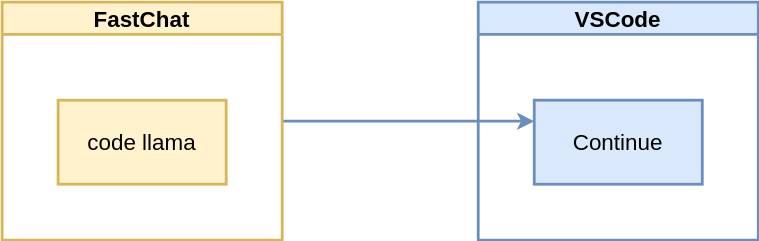
Above: notes/dia/2024.01.codellama.vscode.1.drawio.svg in wangzheng422/pub_env_2024 (draw.io), before the change. Source tidied: cells renumbered, new cells last; positions are measured from the earlier drawing's top-left corner, leaving out a move shared by most shapes.
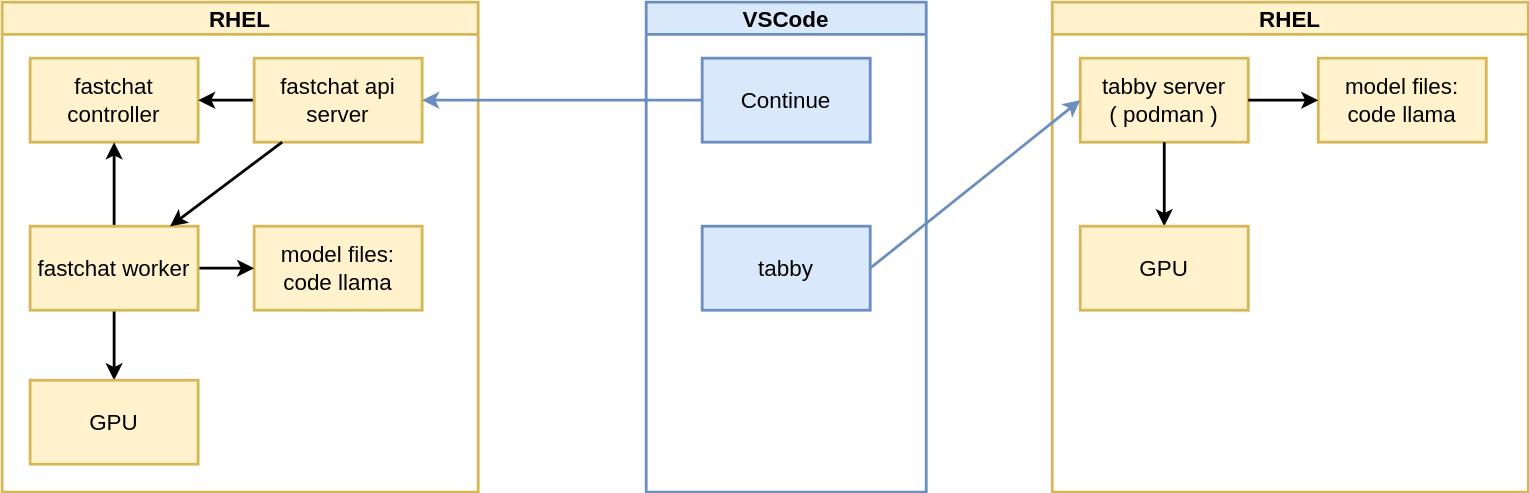
The same diagram one commit later.

Change to the diagram source:
```diff
@@ -2,20 +2,71 @@
   <root>
     <mxCell id="0" />
     <mxCell id="1" parent="0" />
-    <mxCell id="2" style="edgeStyle=none;html=1;entryX=0;entryY=0.25;entryDx=0;entryDy=0;fillColor=#dae8fc;strokeColor=#6c8ebf;strokeWidth=2;" parent="1" edge="1" source="3" target="6">
-      <mxGeometry relative="1" as="geometry" />
-    </mxCell>
-    <mxCell id="3" value="FastChat" style="swimlane;whiteSpace=wrap;html=1;fillColor=#fff2cc;strokeColor=#d6b656;strokeWidth=2;fontSize=16;" parent="1" vertex="1">
-      <mxGeometry width="200" height="170" as="geometry" />
+    <mxCell id="3" value="RHEL" style="swimlane;whiteSpace=wrap;html=1;fillColor=#fff2cc;strokeColor=#d6b656;strokeWidth=2;fontSize=16;" parent="1" vertex="1">
+      <mxGeometry x="30" width="340" height="350" as="geometry" />
     </mxCell>
-    <mxCell id="4" value="code llama" style="rounded=0;whiteSpace=wrap;html=1;fillColor=#fff2cc;strokeColor=#d6b656;strokeWidth=2;fontSize=16;" parent="3" vertex="1">
-      <mxGeometry x="40" y="70" width="120" height="60" as="geometry" />
+    <mxCell id="4" value="model files:&lt;br&gt;code llama" style="rounded=0;whiteSpace=wrap;html=1;fillColor=#fff2cc;strokeColor=#d6b656;strokeWidth=2;fontSize=16;" parent="3" vertex="1">
+      <mxGeometry x="180" y="160" width="120" height="60" as="geometry" />
     </mxCell>
+    <mxCell id="7" value="fastchat controller" style="rounded=0;whiteSpace=wrap;html=1;fillColor=#fff2cc;strokeColor=#d6b656;strokeWidth=2;fontSize=16;" parent="3" vertex="1">
+      <mxGeometry x="20" y="40" width="120" height="60" as="geometry" />
+    </mxCell>
+    <mxCell id="8" style="edgeStyle=none;html=1;entryX=1;entryY=0.5;entryDx=0;entryDy=0;strokeWidth=2;" parent="3" edge="1" source="9" target="7">
+      <mxGeometry relative="1" as="geometry" />
+    </mxCell>
+    <mxCell id="9" value="fastchat api server" style="rounded=0;whiteSpace=wrap;html=1;fillColor=#fff2cc;strokeColor=#d6b656;strokeWidth=2;fontSize=16;" parent="3" vertex="1">
+      <mxGeometry x="180" y="40" width="120" height="60" as="geometry" />
+    </mxCell>
+    <mxCell id="10" style="edgeStyle=none;html=1;entryX=0.5;entryY=1;entryDx=0;entryDy=0;strokeWidth=2;" parent="3" edge="1" source="13" target="7">
+      <mxGeometry relative="1" as="geometry" />
+    </mxCell>
+    <mxCell id="11" style="edgeStyle=none;html=1;entryX=0;entryY=0.5;entryDx=0;entryDy=0;strokeWidth=2;" parent="3" edge="1" source="13" target="4">
+      <mxGeometry relative="1" as="geometry" />
+    </mxCell>
+    <mxCell id="12" style="edgeStyle=none;html=1;strokeWidth=2;" parent="3" edge="1" source="13" target="15">
+      <mxGeometry relative="1" as="geometry" />
+    </mxCell>
+    <mxCell id="13" value="fastchat worker" style="rounded=0;whiteSpace=wrap;html=1;fillColor=#fff2cc;strokeColor=#d6b656;strokeWidth=2;fontSize=16;" parent="3" vertex="1">
+      <mxGeometry x="20" y="160" width="120" height="60" as="geometry" />
+    </mxCell>
+    <mxCell id="14" style="edgeStyle=none;html=1;strokeWidth=2;" parent="3" edge="1" source="9" target="13">
+      <mxGeometry relative="1" as="geometry" />
+    </mxCell>
+    <mxCell id="15" value="GPU" style="rounded=0;whiteSpace=wrap;html=1;fillColor=#fff2cc;strokeColor=#d6b656;strokeWidth=2;fontSize=16;" parent="3" vertex="1">
+      <mxGeometry x="20" y="270" width="120" height="60" as="geometry" />
+    </mxCell>
     <mxCell id="5" value="VSCode" style="swimlane;whiteSpace=wrap;html=1;startSize=23;fillColor=#dae8fc;strokeColor=#6c8ebf;strokeWidth=2;fontSize=16;" parent="1" vertex="1">
-      <mxGeometry x="340" width="200" height="170" as="geometry" />
+      <mxGeometry x="490" width="200" height="350" as="geometry" />
     </mxCell>
     <mxCell id="6" value="Continue" style="rounded=0;whiteSpace=wrap;html=1;fillColor=#dae8fc;strokeColor=#6c8ebf;strokeWidth=2;fontSize=16;" parent="5" vertex="1">
-      <mxGeometry x="40" y="70" width="120" height="60" as="geometry" />
+      <mxGeometry x="40" y="40" width="120" height="60" as="geometry" />
     </mxCell>
+    <mxCell id="16" value="tabby" style="rounded=0;whiteSpace=wrap;html=1;fillColor=#dae8fc;strokeColor=#6c8ebf;strokeWidth=2;fontSize=16;" parent="5" vertex="1">
+      <mxGeometry x="40" y="160" width="120" height="60" as="geometry" />
+    </mxCell>
+    <mxCell id="17" style="edgeStyle=none;html=1;entryX=1;entryY=0.5;entryDx=0;entryDy=0;strokeWidth=2;fillColor=#dae8fc;strokeColor=#6c8ebf;" parent="1" edge="1" source="6" target="9">
+      <mxGeometry relative="1" as="geometry" />
+    </mxCell>
+    <mxCell id="18" value="RHEL" style="swimlane;whiteSpace=wrap;html=1;fillColor=#fff2cc;strokeColor=#d6b656;strokeWidth=2;fontSize=16;" parent="1" vertex="1">
+      <mxGeometry x="780" width="340" height="350" as="geometry" />
+    </mxCell>
+    <mxCell id="19" value="model files:&lt;br&gt;code llama" style="rounded=0;whiteSpace=wrap;html=1;fillColor=#fff2cc;strokeColor=#d6b656;strokeWidth=2;fontSize=16;" parent="18" vertex="1">
+      <mxGeometry x="190" y="40" width="120" height="60" as="geometry" />
+    </mxCell>
+    <mxCell id="20" value="tabby server&lt;br&gt;( podman )" style="rounded=0;whiteSpace=wrap;html=1;fillColor=#fff2cc;strokeColor=#d6b656;strokeWidth=2;fontSize=16;" parent="18" vertex="1">
+      <mxGeometry x="20" y="40" width="120" height="60" as="geometry" />
+    </mxCell>
+    <mxCell id="21" style="edgeStyle=none;html=1;entryX=0;entryY=0.5;entryDx=0;entryDy=0;strokeWidth=2;" parent="18" edge="1" source="20" target="19">
+      <mxGeometry relative="1" as="geometry" />
+    </mxCell>
+    <mxCell id="22" style="edgeStyle=none;html=1;strokeWidth=2;" parent="18" edge="1" source="20" target="23">
+      <mxGeometry relative="1" as="geometry" />
+    </mxCell>
+    <mxCell id="23" value="GPU" style="rounded=0;whiteSpace=wrap;html=1;fillColor=#fff2cc;strokeColor=#d6b656;strokeWidth=2;fontSize=16;" parent="18" vertex="1">
+      <mxGeometry x="20" y="160" width="120" height="60" as="geometry" />
+    </mxCell>
+    <mxCell id="24" style="edgeStyle=none;html=1;entryX=0;entryY=0.5;entryDx=0;entryDy=0;strokeWidth=2;fillColor=#dae8fc;strokeColor=#6c8ebf;exitX=1;exitY=0.5;exitDx=0;exitDy=0;" parent="1" edge="1" source="16" target="20">
+      <mxGeometry relative="1" as="geometry" />
+    </mxCell>
   </root>
 </mxGraphModel>
```
